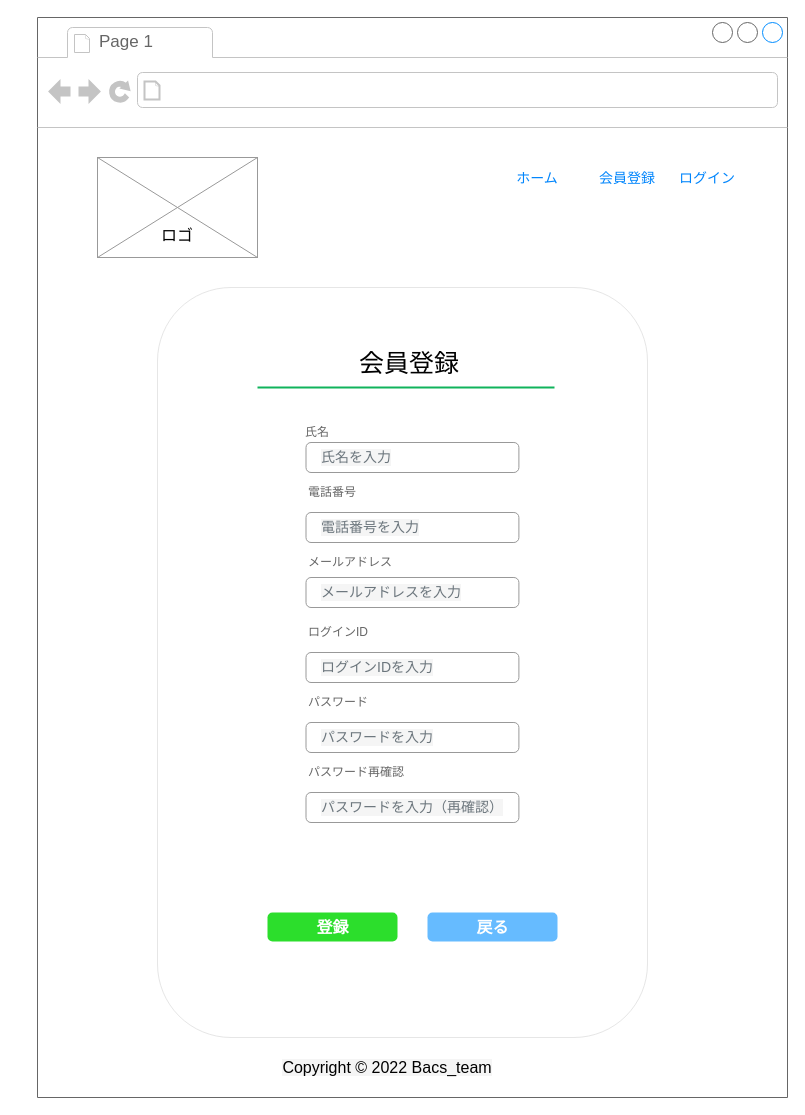
thatislg/busBookingComplete keeps this draw.io diagram as page "9.会員登録画面" (9 of 13) of root/common/doc/画面設計/利用者/利用者画面設計.drawio. Above is the earlier version. Source tidied: cells renumbered, new cells numbered last; positions are measured from the earlier drawing's top-left corner, leaving out a move shared by most shapes. Both pictures are drawn from the tidied source at 100%, with x=0, y=0 at pixel (37, 17).
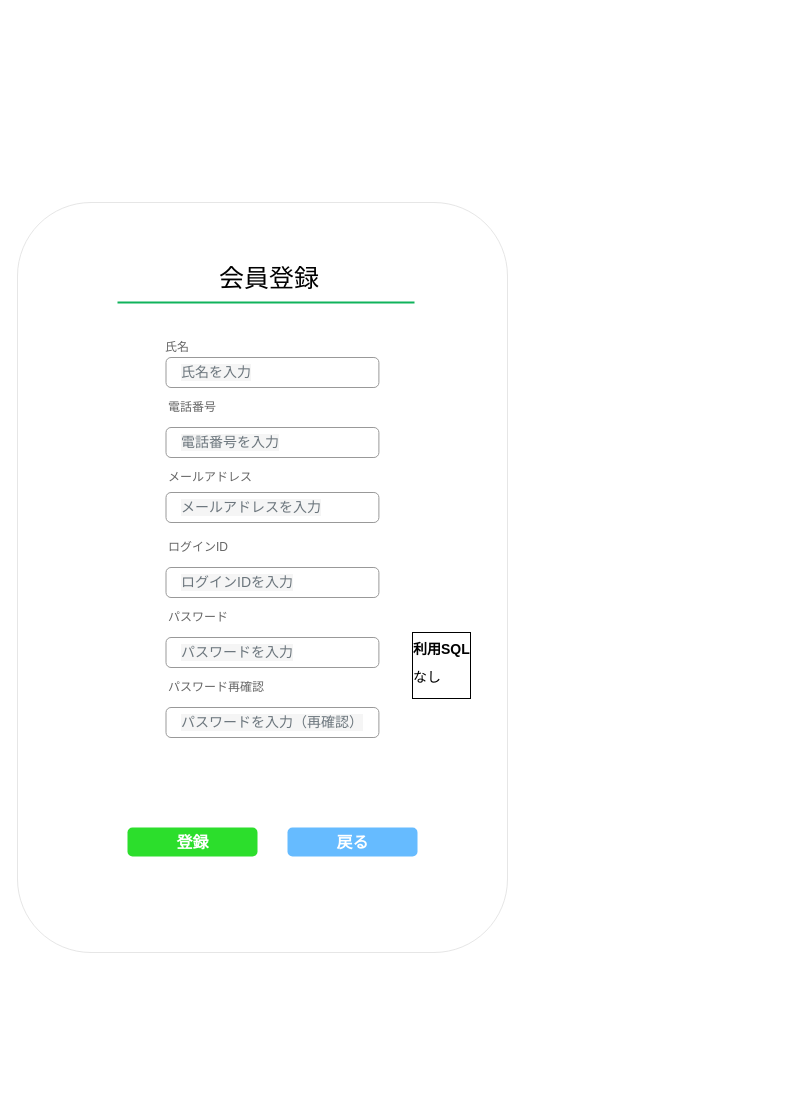
Above is the later version.

The edit, as a diff of the source:
```diff
@@
-    <mxCell id="2" style="strokeWidth=1;shadow=0;dashed=0;align=center;html=1;shape=mxgraph.mockup.containers.browserWindow;rSize=0;strokeColor=#666666;strokeColor2=#008cff;strokeColor3=#c4c4c4;mainText=,;" parent="1" vertex="1">
-      <mxGeometry width="750" height="1080" as="geometry" />
-    </mxCell>
-    <mxCell id="3" value="Page 1" style="strokeWidth=1;shadow=0;dashed=0;align=center;html=1;shape=mxgraph.mockup.containers.anchor;fontSize=17;fontColor=#666666;align=left;" parent="2" vertex="1">
-      <mxGeometry x="60" y="12" width="110" height="26" as="geometry" />
-    </mxCell>
-    <mxCell id="4" style="verticalLabelPosition=bottom;shadow=0;dashed=0;align=center;html=1;verticalAlign=top;strokeWidth=1;shape=mxgraph.mockup.graphics.simpleIcon;strokeColor=#999999;" parent="2" vertex="1">
-      <mxGeometry x="60" y="140" width="160" height="100" as="geometry" />
-    </mxCell>
-    <mxCell id="5" value="会員登録" style="fillColor=none;strokeColor=none;fontSize=14;fontColor=#0085FC;" parent="2" vertex="1">
-      <mxGeometry x="560" y="140" width="60" height="40" as="geometry" />
-    </mxCell>
-    <mxCell id="6" value="ログイン" style="fillColor=none;strokeColor=none;fontSize=14;fontColor=#0085FC;" parent="2" vertex="1">
-      <mxGeometry x="640" y="140" width="60" height="40" as="geometry" />
-    </mxCell>
-    <mxCell id="7" value="ホーム" style="fillColor=none;strokeColor=none;fontSize=14;fontColor=#0085FC;" parent="2" vertex="1">
-      <mxGeometry x="470" y="140" width="60" height="40" as="geometry" />
-    </mxCell>
-    <mxCell id="8" value="&lt;font style=&quot;font-size: 16px;&quot;&gt;ロゴ&lt;/font&gt;" style="text;html=1;strokeColor=none;fillColor=none;align=center;verticalAlign=middle;whiteSpace=wrap;rounded=0;" parent="2" vertex="1">
-      <mxGeometry x="90" y="195" width="100" height="45" as="geometry" />
-    </mxCell>
-    <mxCell id="9" value="&lt;span style=&quot;font-family: &amp;quot;Open San&amp;quot;, sans-serif; font-size: medium; background-color: rgb(245, 245, 245);&quot;&gt;Copyright © 2022 Bacs_team&lt;/span&gt;" style="text;html=1;strokeColor=none;fillColor=none;align=center;verticalAlign=middle;whiteSpace=wrap;rounded=0;fontSize=16;" parent="2" vertex="1">
-      <mxGeometry x="240" y="1035" width="220" height="30" as="geometry" />
-    </mxCell>
+    <mxCell id="28" style="group;" parent="1" vertex="1">
+      <mxGeometry x="-20" y="185" width="490" height="750" as="geometry" />
+    </mxCell>
-    <mxCell id="10" style="rounded=1;whiteSpace=wrap;html=1;strokeColor=#E6E6E6;" parent="2" vertex="1">
-      <mxGeometry x="120" y="270" width="490" height="750" as="geometry" />
+    <mxCell id="10" style="rounded=1;whiteSpace=wrap;html=1;strokeColor=#E6E6E6;" parent="28" vertex="1">
+      <mxGeometry width="490" height="750" as="geometry" />
     </mxCell>
-    <mxCell id="11" style="strokeWidth=0;shadow=0;dashed=0;align=center;html=1;shape=mxgraph.mockup.forms.rrect;rSize=0;strokeColor=none;fillColor=#FFFFFF;fontSize=16;" parent="1" vertex="1">
-      <mxGeometry x="210" y="315" width="330" height="670" as="geometry" />
+    <mxCell id="11" style="strokeWidth=0;shadow=0;dashed=0;align=center;html=1;shape=mxgraph.mockup.forms.rrect;rSize=0;strokeColor=none;fillColor=#FFFFFF;fontSize=16;" parent="28" vertex="1">
+      <mxGeometry x="90" y="45" width="330" height="670" as="geometry" />
     </mxCell>
@@
+    <mxCell id="29" value="&lt;h1 style=&quot;line-height: 100%; font-size: 14px;&quot;&gt;&lt;font color=&quot;#000000&quot; style=&quot;font-size: 14px;&quot;&gt;利用SQL&lt;/font&gt;&lt;/h1&gt;&lt;p style=&quot;line-height: 100%; font-size: 14px;&quot;&gt;なし&lt;/p&gt;" style="text;html=1;spacing=5;spacingTop=-20;whiteSpace=wrap;overflow=hidden;rounded=0;labelBackgroundColor=#FFFFFF;fontSize=48;labelBorderColor=default;" parent="28" vertex="1">
+      <mxGeometry x="390" y="440" width="70" height="70" as="geometry" />
+    </mxCell>
```
